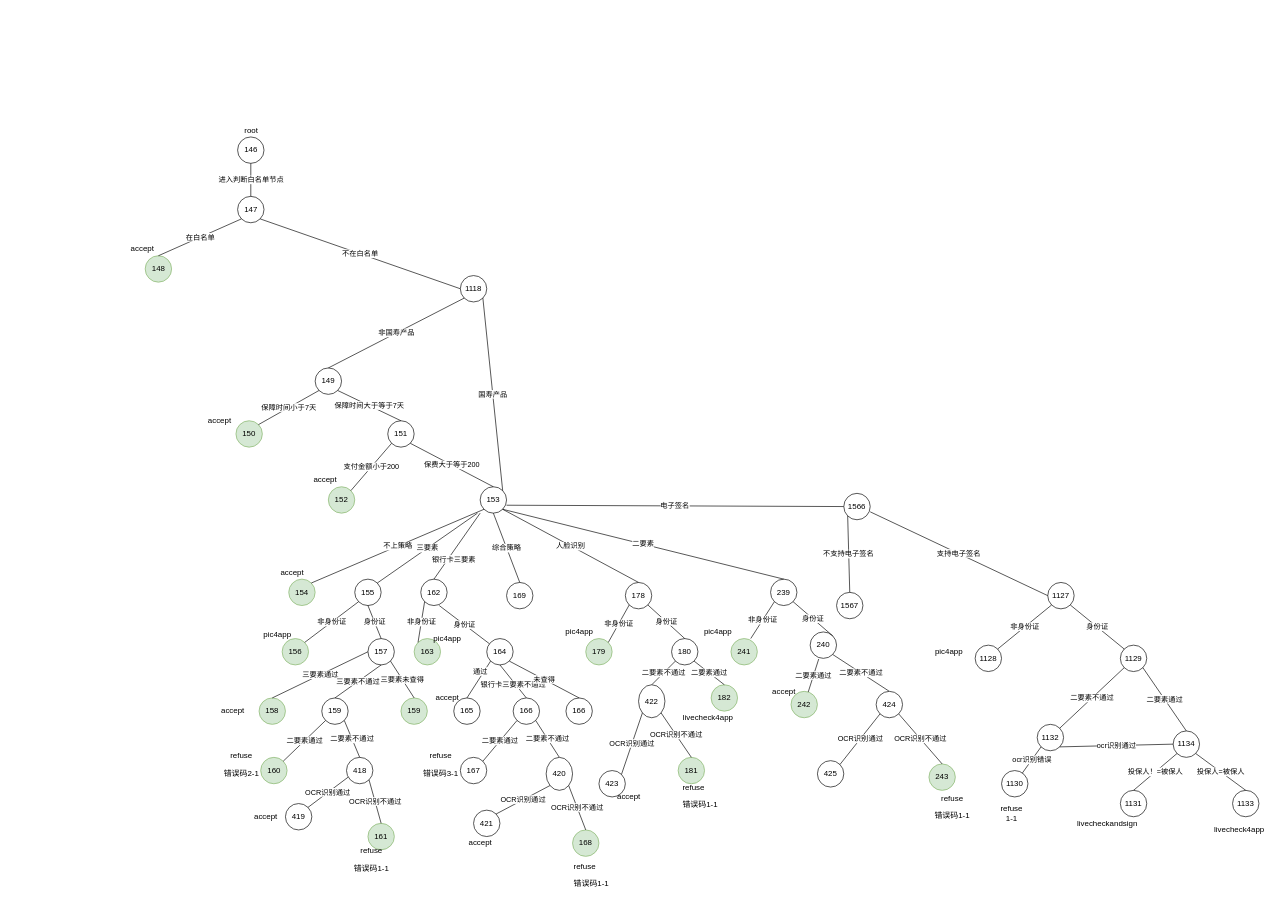
Before: 投保人策略.drawio in North30/tupian, a draw.io diagram. Source tidied: cells renumbered, new cells numbered last; positions are measured from the earlier drawing's top-left corner, leaving out a move shared by most shapes. Both pictures are drawn from the tidied source at 66%, with x=0, y=0 at pixel (125, 123).
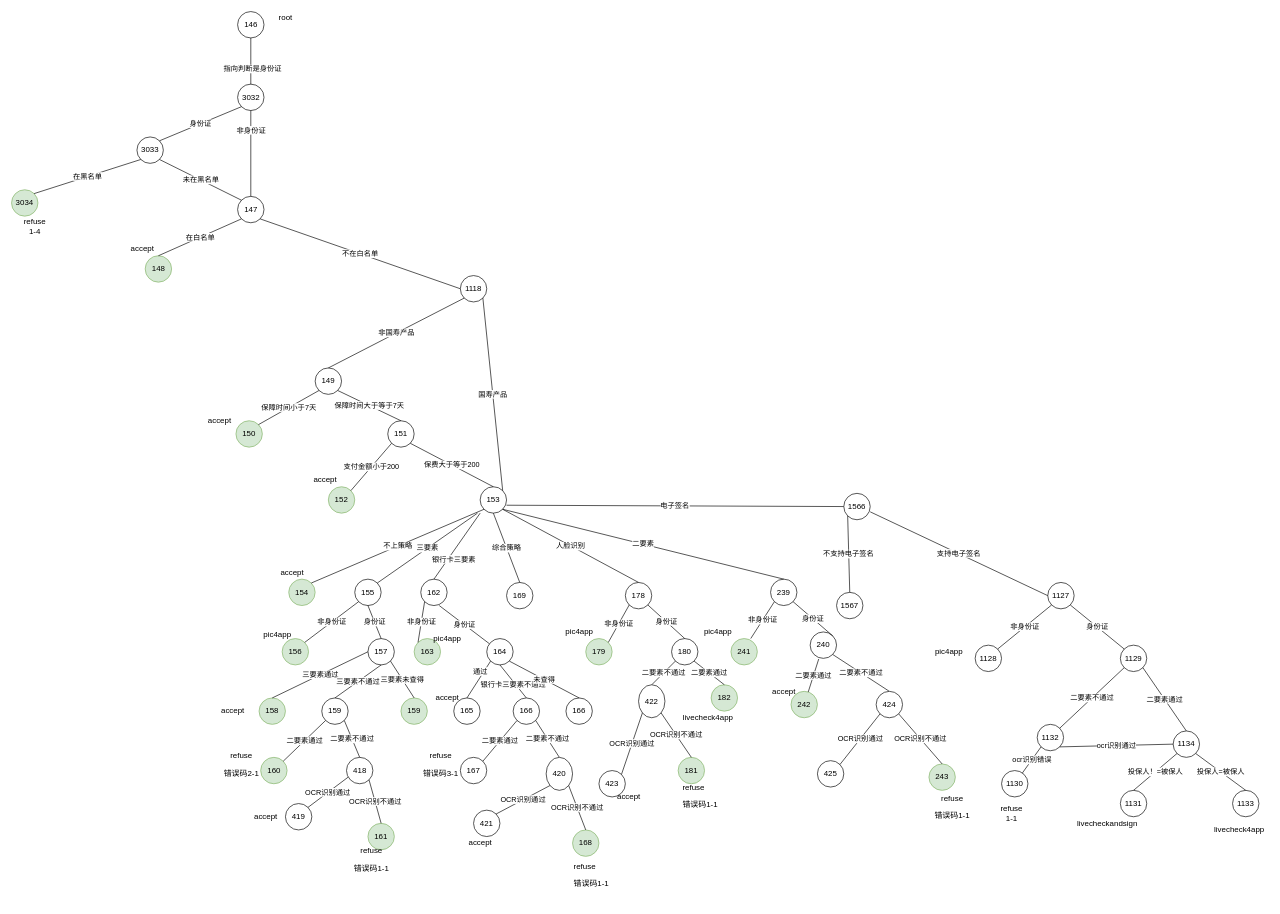
The same diagram, later.

Commit message:
更新投保人策略.drawio

Unchanged cells that the change refers to:
```xml
<mxCell id="3" value="147" style="ellipse;whiteSpace=wrap;html=1;" parent="1" vertex="1">
  <mxGeometry x="170.5" y="110" width="40" height="40" as="geometry" />
</mxCell>
```

Change to the diagram source:
```diff
@@
     <mxCell id="2" value="146" style="ellipse;whiteSpace=wrap;html=1;" parent="1" vertex="1">
-      <mxGeometry x="170.5" y="20" width="40" height="40" as="geometry" />
+      <mxGeometry x="170.5" y="-170" width="40" height="40" as="geometry" />
     </mxCell>
@@
-    <mxCell id="4" value="进入判断白名单节点" style="endArrow=none;html=1;entryX=0.5;entryY=1;entryDx=0;entryDy=0;exitX=0.5;exitY=0;exitDx=0;exitDy=0;" parent="1" edge="1" source="3" target="2">
-      <mxGeometry relative="1" as="geometry" />
+    <mxCell id="4" value="非身份证" style="endArrow=none;html=1;entryX=0.5;entryY=1;entryDx=0;entryDy=0;exitX=0.5;exitY=0;exitDx=0;exitDy=0;" parent="1" edge="1" source="3" target="2">
+      <mxGeometry x="-0.17" relative="1" as="geometry" />
     </mxCell>
+    <mxCell id="139" value="指向判断是身份证" style="edgeLabel;html=1;align=center;verticalAlign=middle;" parent="4" vertex="1">
+      <mxGeometry x="0.62" y="-1" relative="1" as="geometry">
+        <mxPoint x="1" as="offset" />
+      </mxGeometry>
+    </mxCell>
     <mxCell id="5" value="root" style="text;html=1;align=center;verticalAlign=middle;" parent="1" vertex="1">
-      <mxGeometry x="170.5" width="40" height="20" as="geometry" />
+      <mxGeometry x="223" y="-170" width="40" height="20" as="geometry" />
     </mxCell>
@@
+    <mxCell id="140" value="3032" style="ellipse;whiteSpace=wrap;html=1;" parent="1" vertex="1">
+      <mxGeometry x="170.5" y="-60" width="40" height="40" as="geometry" />
+    </mxCell>
+    <mxCell id="141" value="3033" style="ellipse;whiteSpace=wrap;html=1;" parent="1" vertex="1">
+      <mxGeometry x="18" y="20" width="40" height="40" as="geometry" />
+    </mxCell>
+    <mxCell id="142" value="身份证" style="endArrow=none;html=1;entryX=0;entryY=1;entryDx=0;entryDy=0;exitX=1;exitY=0;exitDx=0;exitDy=0;" parent="1" edge="1" source="141" target="140">
+      <mxGeometry relative="1" as="geometry" />
+    </mxCell>
+    <mxCell id="143" value="未在黑名单" style="endArrow=none;html=1;entryX=1;entryY=1;entryDx=0;entryDy=0;exitX=0;exitY=0;exitDx=0;exitDy=0;" parent="1" edge="1" source="3" target="141">
+      <mxGeometry relative="1" as="geometry" />
+    </mxCell>
+    <mxCell id="144" value="3034" style="ellipse;whiteSpace=wrap;html=1;fillColor=#d5e8d4;strokeColor=#82b366;" parent="1" vertex="1">
+      <mxGeometry x="-172" y="100" width="40" height="40" as="geometry" />
+    </mxCell>
+    <mxCell id="145" value="在黑名单" style="endArrow=none;html=1;entryX=0;entryY=1;entryDx=0;entryDy=0;exitX=1;exitY=0;exitDx=0;exitDy=0;" parent="1" edge="1" source="144" target="141">
+      <mxGeometry relative="1" as="geometry" />
+    </mxCell>
+    <mxCell id="146" value="refuse&lt;br&gt;1-4&lt;br&gt;" style="text;html=1;align=center;verticalAlign=middle;strokeColor=none;" parent="1" vertex="1">
+      <mxGeometry x="-162" y="140" width="50" height="30" as="geometry" />
+    </mxCell>
```
